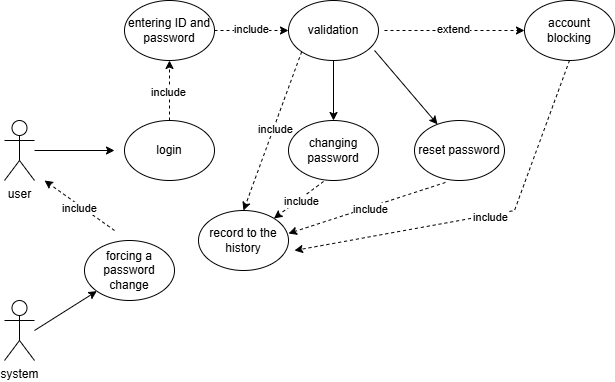
Before: documentation/images/use_case_login.png, a diagram exported from draw.io (RockPiryt/EnerLink). Source tidied: cells renumbered, new cells last; positions are measured from the earlier drawing's top-left corner, leaving out a move shared by most shapes.
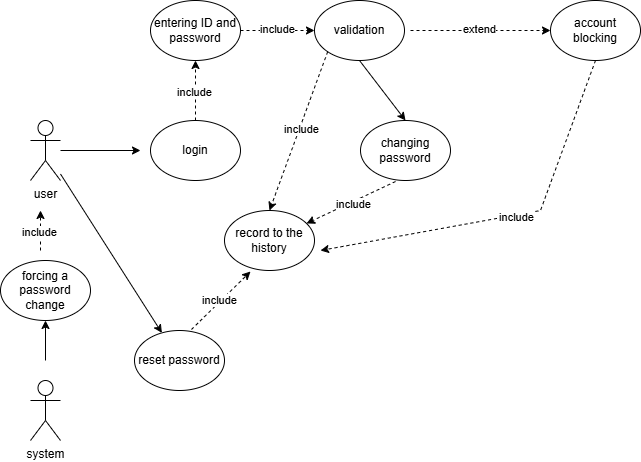
Later version of the same file.

Commit message:
change use case login diagram in files pdf and png

Diff of the diagram source:
```diff
@@ -32,21 +32,21 @@
       <mxGeometry x="-0.03" y="2" relative="1" as="geometry" />
     </mxCell>
     <mxCell id="11" value="system" style="shape=umlActor;verticalLabelPosition=bottom;verticalAlign=top;html=1;" parent="1" vertex="1">
-      <mxGeometry y="300" width="30" height="60" as="geometry" />
+      <mxGeometry y="380" width="30" height="60" as="geometry" />
     </mxCell>
     <mxCell id="12" value="reset password" style="ellipse;whiteSpace=wrap;html=1;" parent="1" vertex="1">
-      <mxGeometry x="410" y="120" width="90" height="60" as="geometry" />
+      <mxGeometry x="104" y="330" width="90" height="60" as="geometry" />
     </mxCell>
     <mxCell id="13" value="record to the history" style="ellipse;whiteSpace=wrap;html=1;" parent="1" vertex="1">
       <mxGeometry x="194" y="210" width="90" height="60" as="geometry" />
     </mxCell>
     <mxCell id="14" value="changing password" style="ellipse;whiteSpace=wrap;html=1;" parent="1" vertex="1">
-      <mxGeometry x="284" y="120" width="90" height="60" as="geometry" />
+      <mxGeometry x="330" y="120" width="90" height="60" as="geometry" />
     </mxCell>
     <mxCell id="15" style="endArrow=classic;html=1;rounded=0;exitX=0.5;exitY=1;exitDx=0;exitDy=0;entryX=0.5;entryY=0;entryDx=0;entryDy=0;" parent="1" edge="1" source="8" target="14">
       <mxGeometry relative="1" as="geometry" />
     </mxCell>
-    <mxCell id="16" style="endArrow=classic;html=1;rounded=0;exitX=0.956;exitY=0.833;exitDx=0;exitDy=0;exitPerimeter=0;" parent="1" edge="1" source="8" target="12">
+    <mxCell id="16" style="endArrow=classic;html=1;rounded=0;" parent="1" edge="1" source="2" target="12">
       <mxGeometry relative="1" as="geometry" />
     </mxCell>
     <mxCell id="17" style="endArrow=classic;html=1;rounded=0;entryX=0.5;entryY=0;entryDx=0;entryDy=0;exitX=0;exitY=1;exitDx=0;exitDy=0;dashed=1;" parent="1" edge="1" source="8" target="13">
@@ -61,7 +61,7 @@
     <mxCell id="20" value="include" style="edgeLabel;html=1;align=center;verticalAlign=middle;" parent="19" vertex="1">
       <mxGeometry x="-0.03" y="2" relative="1" as="geometry" />
     </mxCell>
-    <mxCell id="21" style="endArrow=classic;html=1;rounded=0;entryX=1;entryY=0.383;entryDx=0;entryDy=0;exitX=0.344;exitY=1.033;exitDx=0;exitDy=0;dashed=1;exitPerimeter=0;entryPerimeter=0;" parent="1" edge="1" source="12" target="13">
+    <mxCell id="21" style="endArrow=classic;html=1;rounded=0;entryX=0.289;entryY=1.017;entryDx=0;entryDy=0;dashed=1;entryPerimeter=0;exitX=0.633;exitY=-0.017;exitDx=0;exitDy=0;exitPerimeter=0;" parent="1" edge="1" source="12" target="13">
       <mxGeometry relative="1" as="geometry" />
     </mxCell>
     <mxCell id="22" value="include" style="edgeLabel;html=1;align=center;verticalAlign=middle;" parent="21" vertex="1">
@@ -90,17 +90,17 @@
       <mxGeometry x="-0.03" y="2" relative="1" as="geometry" />
     </mxCell>
     <mxCell id="28" value="forcing a password change" style="ellipse;whiteSpace=wrap;html=1;" parent="1" vertex="1">
-      <mxGeometry x="80" y="240" width="90" height="60" as="geometry" />
+      <mxGeometry x="-30" y="260" width="90" height="60" as="geometry" />
     </mxCell>
     <mxCell id="29" style="endArrow=classic;html=1;rounded=0;" parent="1" edge="1" target="28">
       <mxGeometry relative="1" as="geometry">
-        <mxPoint x="30" y="330" as="sourcePoint" />
+        <mxPoint x="15" y="360" as="sourcePoint" />
       </mxGeometry>
     </mxCell>
     <mxCell id="30" style="endArrow=classic;html=1;rounded=0;dashed=1;" parent="1" edge="1">
       <mxGeometry relative="1" as="geometry">
-        <mxPoint x="110" y="230" as="sourcePoint" />
-        <mxPoint x="40" y="180" as="targetPoint" />
+        <mxPoint x="10" y="250" as="sourcePoint" />
+        <mxPoint x="10" y="210" as="targetPoint" />
       </mxGeometry>
     </mxCell>
     <mxCell id="31" value="include" style="edgeLabel;html=1;align=center;verticalAlign=middle;" parent="30" vertex="1">
```
